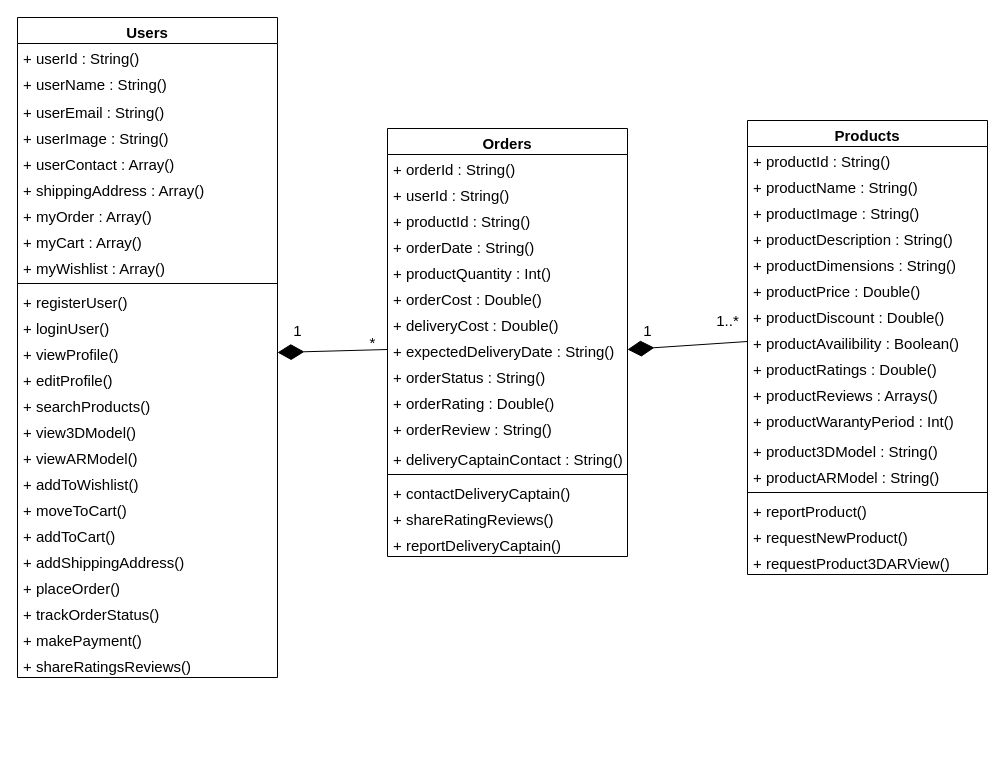
Above: classDiagram.drawio in v1kasjaiswal/UnrealFurniture (draw.io), before the change. Source tidied: cells renumbered, new cells numbered last; positions are measured from the earlier drawing's top-left corner, leaving out a move shared by most shapes. Both pictures are drawn from the tidied source at 100%, with x=0, y=0 at pixel (17, 17).
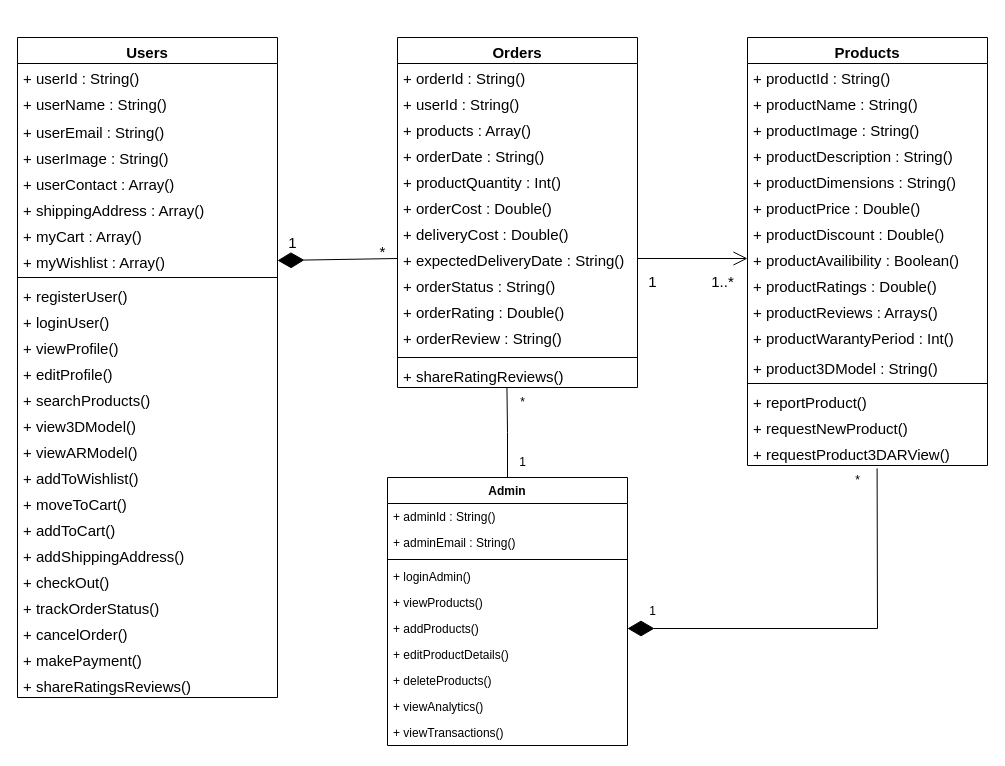
Above is the later version.

Unchanged cells that the change refers to:
```xml
<mxCell id="36" value="+ productAvailibility : Boolean()" style="text;strokeColor=none;fillColor=none;align=left;verticalAlign=top;spacingLeft=4;spacingRight=4;overflow=hidden;points=[[0,0.5],[1,0.5]];portConstraint=eastwest;whiteSpace=wrap;html=1;fontSize=15;" parent="28" vertex="1">
  <mxGeometry y="208" width="240" height="26" as="geometry" />
</mxCell>
<mxCell id="54" value="+ expectedDeliveryDate : String()" style="text;strokeColor=none;fillColor=none;align=left;verticalAlign=top;spacingLeft=4;spacingRight=4;overflow=hidden;points=[[0,0.5],[1,0.5]];portConstraint=eastwest;whiteSpace=wrap;html=1;fontSize=15;" parent="46" vertex="1">
  <mxGeometry y="208" width="240" height="26" as="geometry" />
</mxCell>
```

The edit, as a diff of the source:
```diff
@@
     <mxCell id="2" value="Users" style="swimlane;fontStyle=1;align=center;verticalAlign=top;horizontal=1;startSize=26;whiteSpace=wrap;html=1;fontSize=15;" parent="1" vertex="1">
-      <mxGeometry width="260" height="660" as="geometry" />
+      <mxGeometry y="20" width="260" height="660" as="geometry" />
     </mxCell>
@@
-    <mxCell id="9" value="+ myOrder : Array()" style="text;strokeColor=none;fillColor=none;align=left;verticalAlign=top;spacingLeft=4;spacingRight=4;overflow=hidden;whiteSpace=wrap;html=1;fontSize=15;" parent="2" vertex="1">
-      <mxGeometry y="184" width="260" height="26" as="geometry" />
-    </mxCell>
     <mxCell id="10" value="+ myCart : Array()" style="text;strokeColor=none;fillColor=none;align=left;verticalAlign=top;spacingLeft=4;spacingRight=4;overflow=hidden;whiteSpace=wrap;html=1;fontSize=15;" parent="2" vertex="1">
-      <mxGeometry y="210" width="260" height="26" as="geometry" />
+      <mxGeometry y="184" width="260" height="26" as="geometry" />
     </mxCell>
     <mxCell id="11" value="+ myWishlist : Array()" style="text;strokeColor=none;fillColor=none;align=left;verticalAlign=top;spacingLeft=4;spacingRight=4;overflow=hidden;points=[[0,0.5],[1,0.5]];portConstraint=eastwest;whiteSpace=wrap;html=1;fontSize=15;" parent="2" vertex="1">
-      <mxGeometry y="236" width="260" height="26" as="geometry" />
+      <mxGeometry y="210" width="260" height="26" as="geometry" />
     </mxCell>
     <mxCell id="12" style="line;strokeWidth=1;fillColor=none;align=left;verticalAlign=middle;spacingTop=-1;spacingLeft=3;spacingRight=3;labelPosition=right;strokeColor=inherit;fontSize=15;" parent="2" vertex="1">
-      <mxGeometry y="262" width="260" height="8" as="geometry" />
+      <mxGeometry y="236" width="260" height="8" as="geometry" />
     </mxCell>
     <mxCell id="13" value="+ registerUser()" style="text;strokeColor=none;fillColor=none;align=left;verticalAlign=top;spacingLeft=4;spacingRight=4;overflow=hidden;whiteSpace=wrap;html=1;fontSize=15;" parent="2" vertex="1">
-      <mxGeometry y="270" width="260" height="26" as="geometry" />
+      <mxGeometry y="244" width="260" height="26" as="geometry" />
     </mxCell>
     <mxCell id="14" value="+ loginUser()" style="text;strokeColor=none;fillColor=none;align=left;verticalAlign=top;spacingLeft=4;spacingRight=4;overflow=hidden;whiteSpace=wrap;html=1;fontSize=15;" parent="2" vertex="1">
-      <mxGeometry y="296" width="260" height="26" as="geometry" />
+      <mxGeometry y="270" width="260" height="26" as="geometry" />
     </mxCell>
     <mxCell id="15" value="+ viewProfile()" style="text;strokeColor=none;fillColor=none;align=left;verticalAlign=top;spacingLeft=4;spacingRight=4;overflow=hidden;points=[[0,0.5],[1,0.5]];portConstraint=eastwest;whiteSpace=wrap;html=1;fontSize=15;" parent="2" vertex="1">
-      <mxGeometry y="322" width="260" height="26" as="geometry" />
+      <mxGeometry y="296" width="260" height="26" as="geometry" />
     </mxCell>
     <mxCell id="16" value="+ editProfile()" style="text;strokeColor=none;fillColor=none;align=left;verticalAlign=top;spacingLeft=4;spacingRight=4;overflow=hidden;whiteSpace=wrap;html=1;fontSize=15;" parent="2" vertex="1">
-      <mxGeometry y="348" width="260" height="26" as="geometry" />
+      <mxGeometry y="322" width="260" height="26" as="geometry" />
     </mxCell>
     <mxCell id="17" value="+ searchProducts()" style="text;strokeColor=none;fillColor=none;align=left;verticalAlign=top;spacingLeft=4;spacingRight=4;overflow=hidden;whiteSpace=wrap;html=1;fontSize=15;" parent="2" vertex="1">
-      <mxGeometry y="374" width="260" height="26" as="geometry" />
+      <mxGeometry y="348" width="260" height="26" as="geometry" />
     </mxCell>
     <mxCell id="18" value="+ view3DModel()" style="text;strokeColor=none;fillColor=none;align=left;verticalAlign=top;spacingLeft=4;spacingRight=4;overflow=hidden;whiteSpace=wrap;html=1;fontSize=15;" parent="2" vertex="1">
-      <mxGeometry y="400" width="260" height="26" as="geometry" />
+      <mxGeometry y="374" width="260" height="26" as="geometry" />
     </mxCell>
     <mxCell id="19" value="+ viewARModel()" style="text;strokeColor=none;fillColor=none;align=left;verticalAlign=top;spacingLeft=4;spacingRight=4;overflow=hidden;whiteSpace=wrap;html=1;fontSize=15;" parent="2" vertex="1">
-      <mxGeometry y="426" width="260" height="26" as="geometry" />
+      <mxGeometry y="400" width="260" height="26" as="geometry" />
     </mxCell>
     <mxCell id="20" value="+ addToWishlist()" style="text;strokeColor=none;fillColor=none;align=left;verticalAlign=top;spacingLeft=4;spacingRight=4;overflow=hidden;whiteSpace=wrap;html=1;fontSize=15;" parent="2" vertex="1">
-      <mxGeometry y="452" width="260" height="26" as="geometry" />
+      <mxGeometry y="426" width="260" height="26" as="geometry" />
     </mxCell>
     <mxCell id="21" value="+ moveToCart()" style="text;strokeColor=none;fillColor=none;align=left;verticalAlign=top;spacingLeft=4;spacingRight=4;overflow=hidden;whiteSpace=wrap;html=1;fontSize=15;" parent="2" vertex="1">
-      <mxGeometry y="478" width="260" height="26" as="geometry" />
+      <mxGeometry y="452" width="260" height="26" as="geometry" />
     </mxCell>
     <mxCell id="22" value="+ addToCart()" style="text;strokeColor=none;fillColor=none;align=left;verticalAlign=top;spacingLeft=4;spacingRight=4;overflow=hidden;whiteSpace=wrap;html=1;fontSize=15;" parent="2" vertex="1">
-      <mxGeometry y="504" width="260" height="26" as="geometry" />
+      <mxGeometry y="478" width="260" height="26" as="geometry" />
     </mxCell>
     <mxCell id="23" value="+ addShippingAddress()" style="text;strokeColor=none;fillColor=none;align=left;verticalAlign=top;spacingLeft=4;spacingRight=4;overflow=hidden;whiteSpace=wrap;html=1;fontSize=15;" parent="2" vertex="1">
-      <mxGeometry y="530" width="260" height="26" as="geometry" />
+      <mxGeometry y="504" width="260" height="26" as="geometry" />
     </mxCell>
-    <mxCell id="24" value="+ placeOrder()" style="text;strokeColor=none;fillColor=none;align=left;verticalAlign=top;spacingLeft=4;spacingRight=4;overflow=hidden;whiteSpace=wrap;html=1;fontSize=15;" parent="2" vertex="1">
-      <mxGeometry y="556" width="260" height="26" as="geometry" />
+    <mxCell id="24" value="+ checkOut()" style="text;strokeColor=none;fillColor=none;align=left;verticalAlign=top;spacingLeft=4;spacingRight=4;overflow=hidden;whiteSpace=wrap;html=1;fontSize=15;" parent="2" vertex="1">
+      <mxGeometry y="530" width="260" height="26" as="geometry" />
     </mxCell>
     <mxCell id="25" value="+ trackOrderStatus()" style="text;strokeColor=none;fillColor=none;align=left;verticalAlign=top;spacingLeft=4;spacingRight=4;overflow=hidden;whiteSpace=wrap;html=1;fontSize=15;" parent="2" vertex="1">
-      <mxGeometry y="582" width="260" height="26" as="geometry" />
+      <mxGeometry y="556" width="260" height="26" as="geometry" />
     </mxCell>
+    <mxCell id="69" value="+ cancelOrder()" style="text;strokeColor=none;fillColor=none;align=left;verticalAlign=top;spacingLeft=4;spacingRight=4;overflow=hidden;whiteSpace=wrap;html=1;fontSize=15;" parent="2" vertex="1">
+      <mxGeometry y="582" width="260" height="26" as="geometry" />
+    </mxCell>
@@
     <mxCell id="28" value="Products" style="swimlane;fontStyle=1;align=center;verticalAlign=top;horizontal=1;startSize=26;whiteSpace=wrap;html=1;fontSize=15;" parent="1" vertex="1">
-      <mxGeometry x="730" y="103" width="240" height="454" as="geometry" />
+      <mxGeometry x="730" y="20" width="240" height="428" as="geometry" />
     </mxCell>
@@
-    <mxCell id="41" value="+ productARModel : String()" style="text;strokeColor=none;fillColor=none;align=left;verticalAlign=top;spacingLeft=4;spacingRight=4;overflow=hidden;whiteSpace=wrap;html=1;fontSize=15;" parent="28" vertex="1">
-      <mxGeometry y="342" width="240" height="26" as="geometry" />
-    </mxCell>
     <mxCell id="42" style="line;strokeWidth=1;fillColor=none;align=left;verticalAlign=middle;spacingTop=-1;spacingLeft=3;spacingRight=3;labelPosition=right;strokeColor=inherit;fontSize=15;" parent="28" vertex="1">
-      <mxGeometry y="368" width="240" height="8" as="geometry" />
+      <mxGeometry y="342" width="240" height="8" as="geometry" />
     </mxCell>
     <mxCell id="43" value="+ reportProduct()" style="text;strokeColor=none;fillColor=none;align=left;verticalAlign=top;spacingLeft=4;spacingRight=4;overflow=hidden;whiteSpace=wrap;html=1;fontSize=15;" parent="28" vertex="1">
-      <mxGeometry y="376" width="240" height="26" as="geometry" />
+      <mxGeometry y="350" width="240" height="26" as="geometry" />
     </mxCell>
     <mxCell id="44" value="+ requestNewProduct()" style="text;strokeColor=none;fillColor=none;align=left;verticalAlign=top;spacingLeft=4;spacingRight=4;overflow=hidden;whiteSpace=wrap;html=1;fontSize=15;" parent="28" vertex="1">
-      <mxGeometry y="402" width="240" height="26" as="geometry" />
+      <mxGeometry y="376" width="240" height="26" as="geometry" />
     </mxCell>
     <mxCell id="45" value="+ requestProduct3DARView()" style="text;strokeColor=none;fillColor=none;align=left;verticalAlign=top;spacingLeft=4;spacingRight=4;overflow=hidden;points=[[0,0.5],[1,0.5]];portConstraint=eastwest;whiteSpace=wrap;html=1;fontSize=15;" parent="28" vertex="1">
-      <mxGeometry y="428" width="240" height="26" as="geometry" />
+      <mxGeometry y="402" width="240" height="26" as="geometry" />
     </mxCell>
     <mxCell id="46" value="Orders" style="swimlane;fontStyle=1;align=center;verticalAlign=top;horizontal=1;startSize=26;whiteSpace=wrap;html=1;fontSize=15;" parent="1" vertex="1">
-      <mxGeometry x="370" y="111" width="240" height="428" as="geometry" />
+      <mxGeometry x="380" y="20" width="240" height="350" as="geometry" />
     </mxCell>
@@
-    <mxCell id="49" value="+ productId : String()" style="text;strokeColor=none;fillColor=none;align=left;verticalAlign=top;spacingLeft=4;spacingRight=4;overflow=hidden;whiteSpace=wrap;html=1;fontSize=15;" parent="46" vertex="1">
+    <mxCell id="49" value="+ products : Array()" style="text;strokeColor=none;fillColor=none;align=left;verticalAlign=top;spacingLeft=4;spacingRight=4;overflow=hidden;whiteSpace=wrap;html=1;fontSize=15;" parent="46" vertex="1">
       <mxGeometry y="78" width="240" height="26" as="geometry" />
     </mxCell>
@@
-    <mxCell id="58" value="+ deliveryCaptainContact : String()" style="text;strokeColor=none;fillColor=none;align=left;verticalAlign=top;spacingLeft=4;spacingRight=4;overflow=hidden;whiteSpace=wrap;html=1;fontSize=15;" parent="46" vertex="1">
-      <mxGeometry y="316" width="240" height="26" as="geometry" />
-    </mxCell>
     <mxCell id="59" style="line;strokeWidth=1;fillColor=none;align=left;verticalAlign=middle;spacingTop=-1;spacingLeft=3;spacingRight=3;labelPosition=right;strokeColor=inherit;fontSize=15;" parent="46" vertex="1">
-      <mxGeometry y="342" width="240" height="8" as="geometry" />
+      <mxGeometry y="316" width="240" height="8" as="geometry" />
     </mxCell>
-    <mxCell id="60" value="+ contactDeliveryCaptain()" style="text;strokeColor=none;fillColor=none;align=left;verticalAlign=top;spacingLeft=4;spacingRight=4;overflow=hidden;whiteSpace=wrap;html=1;fontSize=15;" parent="46" vertex="1">
-      <mxGeometry y="350" width="240" height="26" as="geometry" />
-    </mxCell>
     <mxCell id="61" value="+ shareRatingReviews()" style="text;strokeColor=none;fillColor=none;align=left;verticalAlign=top;spacingLeft=4;spacingRight=4;overflow=hidden;points=[[0,0.5],[1,0.5]];portConstraint=eastwest;whiteSpace=wrap;html=1;fontSize=15;" parent="46" vertex="1">
-      <mxGeometry y="376" width="240" height="26" as="geometry" />
+      <mxGeometry y="324" width="240" height="26" as="geometry" />
     </mxCell>
-    <mxCell id="62" value="+ reportDeliveryCaptain()" style="text;strokeColor=none;fillColor=none;align=left;verticalAlign=top;spacingLeft=4;spacingRight=4;overflow=hidden;whiteSpace=wrap;html=1;fontSize=15;" parent="46" vertex="1">
-      <mxGeometry y="402" width="240" height="26" as="geometry" />
-    </mxCell>
-    <mxCell id="63" style="endArrow=diamondThin;endFill=1;endSize=24;html=1;rounded=0;entryX=1;entryY=0.5;entryDx=0;entryDy=0;exitX=0;exitY=0.5;exitDx=0;exitDy=0;" parent="1" edge="1" source="54" target="15">
+    <mxCell id="63" style="endArrow=diamondThin;endFill=1;endSize=24;html=1;rounded=0;entryX=1;entryY=0.5;entryDx=0;entryDy=0;exitX=0;exitY=0.5;exitDx=0;exitDy=0;" parent="1" edge="1" source="54" target="11">
       <mxGeometry relative="1" as="geometry" />
     </mxCell>
     <mxCell id="64" value="&lt;font style=&quot;font-size: 15px;&quot;&gt;1&lt;/font&gt;" style="text;html=1;align=center;verticalAlign=middle;strokeColor=none;fillColor=none;" parent="1" vertex="1">
-      <mxGeometry x="265" y="298" width="30" height="30" as="geometry" />
+      <mxGeometry x="260" y="210" width="30" height="30" as="geometry" />
     </mxCell>
     <mxCell id="65" value="&lt;font style=&quot;font-size: 15px;&quot;&gt;*&lt;/font&gt;" style="text;html=1;align=center;verticalAlign=middle;strokeColor=none;fillColor=none;" parent="1" vertex="1">
-      <mxGeometry x="340" y="310" width="30" height="30" as="geometry" />
+      <mxGeometry x="350" y="219" width="30" height="30" as="geometry" />
     </mxCell>
-    <mxCell id="66" style="endArrow=diamondThin;endFill=1;endSize=24;html=1;rounded=0;entryX=1;entryY=0.5;entryDx=0;entryDy=0;exitX=0;exitY=0.5;exitDx=0;exitDy=0;" parent="1" edge="1" source="36" target="54">
-      <mxGeometry relative="1" as="geometry" />
-    </mxCell>
     <mxCell id="67" value="&lt;font style=&quot;font-size: 15px;&quot;&gt;1&lt;/font&gt;" style="text;html=1;align=center;verticalAlign=middle;strokeColor=none;fillColor=none;" parent="1" vertex="1">
-      <mxGeometry x="615" y="298" width="30" height="30" as="geometry" />
+      <mxGeometry x="620" y="249" width="30" height="30" as="geometry" />
     </mxCell>
     <mxCell id="68" value="&lt;font style=&quot;font-size: 15px;&quot;&gt;1..*&lt;/font&gt;" style="text;html=1;align=center;verticalAlign=middle;strokeColor=none;fillColor=none;" parent="1" vertex="1">
-      <mxGeometry x="685" y="288" width="50" height="30" as="geometry" />
+      <mxGeometry x="680" y="249" width="50" height="30" as="geometry" />
     </mxCell>
+    <mxCell id="70" style="endArrow=open;endFill=1;endSize=12;html=1;rounded=0;entryX=0;entryY=0.5;entryDx=0;entryDy=0;exitX=1;exitY=0.5;exitDx=0;exitDy=0;" parent="1" edge="1" source="54" target="36">
+      <mxGeometry relative="1" as="geometry" />
+    </mxCell>
+    <mxCell id="71" value="Admin" style="swimlane;fontStyle=1;align=center;verticalAlign=top;horizontal=1;startSize=26;whiteSpace=wrap;html=1;" parent="1" vertex="1">
+      <mxGeometry x="370" y="460" width="240" height="268" as="geometry" />
+    </mxCell>
+    <mxCell id="72" value="+ adminId : String()" style="text;strokeColor=none;fillColor=none;align=left;verticalAlign=top;spacingLeft=4;spacingRight=4;overflow=hidden;whiteSpace=wrap;html=1;" parent="71" vertex="1">
+      <mxGeometry y="26" width="240" height="26" as="geometry" />
+    </mxCell>
+    <mxCell id="73" value="+ adminEmail : String()" style="text;strokeColor=none;fillColor=none;align=left;verticalAlign=top;spacingLeft=4;spacingRight=4;overflow=hidden;whiteSpace=wrap;html=1;" parent="71" vertex="1">
+      <mxGeometry y="52" width="240" height="26" as="geometry" />
+    </mxCell>
+    <mxCell id="74" style="line;strokeWidth=1;fillColor=none;align=left;verticalAlign=middle;spacingTop=-1;spacingLeft=3;spacingRight=3;labelPosition=right;strokeColor=inherit;" parent="71" vertex="1">
+      <mxGeometry y="78" width="240" height="8" as="geometry" />
+    </mxCell>
+    <mxCell id="75" value="+ loginAdmin()" style="text;strokeColor=none;fillColor=none;align=left;verticalAlign=top;spacingLeft=4;spacingRight=4;overflow=hidden;whiteSpace=wrap;html=1;" parent="71" vertex="1">
+      <mxGeometry y="86" width="240" height="26" as="geometry" />
+    </mxCell>
+    <mxCell id="76" value="+ viewProducts()" style="text;strokeColor=none;fillColor=none;align=left;verticalAlign=top;spacingLeft=4;spacingRight=4;overflow=hidden;whiteSpace=wrap;html=1;" parent="71" vertex="1">
+      <mxGeometry y="112" width="240" height="26" as="geometry" />
+    </mxCell>
+    <mxCell id="77" value="+ addProducts()" style="text;strokeColor=none;fillColor=none;align=left;verticalAlign=top;spacingLeft=4;spacingRight=4;overflow=hidden;points=[[0,0.5],[1,0.5]];portConstraint=eastwest;whiteSpace=wrap;html=1;" parent="71" vertex="1">
+      <mxGeometry y="138" width="240" height="26" as="geometry" />
+    </mxCell>
+    <mxCell id="78" value="+ editProductDetails()" style="text;strokeColor=none;fillColor=none;align=left;verticalAlign=top;spacingLeft=4;spacingRight=4;overflow=hidden;whiteSpace=wrap;html=1;" parent="71" vertex="1">
+      <mxGeometry y="164" width="240" height="26" as="geometry" />
+    </mxCell>
+    <mxCell id="79" value="+ deleteProducts()" style="text;strokeColor=none;fillColor=none;align=left;verticalAlign=top;spacingLeft=4;spacingRight=4;overflow=hidden;whiteSpace=wrap;html=1;" parent="71" vertex="1">
+      <mxGeometry y="190" width="240" height="26" as="geometry" />
+    </mxCell>
+    <mxCell id="80" value="+ viewAnalytics()" style="text;strokeColor=none;fillColor=none;align=left;verticalAlign=top;spacingLeft=4;spacingRight=4;overflow=hidden;whiteSpace=wrap;html=1;" parent="71" vertex="1">
+      <mxGeometry y="216" width="240" height="26" as="geometry" />
+    </mxCell>
+    <mxCell id="81" value="+ viewTransactions()" style="text;strokeColor=none;fillColor=none;align=left;verticalAlign=top;spacingLeft=4;spacingRight=4;overflow=hidden;whiteSpace=wrap;html=1;" parent="71" vertex="1">
+      <mxGeometry y="242" width="240" height="26" as="geometry" />
+    </mxCell>
+    <mxCell id="82" style="endArrow=diamondThin;endFill=1;endSize=24;html=1;rounded=0;entryX=1;entryY=0.5;entryDx=0;entryDy=0;exitX=0.54;exitY=1.11;exitDx=0;exitDy=0;exitPerimeter=0;" parent="1" edge="1" source="45" target="77">
+      <mxGeometry relative="1" as="geometry">
+        <Array as="points">
+          <mxPoint x="860" y="611" />
+        </Array>
+      </mxGeometry>
+    </mxCell>
+    <mxCell id="83" value="1" style="text;html=1;align=center;verticalAlign=middle;strokeColor=none;fillColor=none;" parent="1" vertex="1">
+      <mxGeometry x="620" y="579" width="30" height="30" as="geometry" />
+    </mxCell>
+    <mxCell id="84" value="*" style="text;html=1;align=center;verticalAlign=middle;strokeColor=none;fillColor=none;" parent="1" vertex="1">
+      <mxGeometry x="825" y="448" width="30" height="30" as="geometry" />
+    </mxCell>
+    <mxCell id="85" style="endArrow=none;html=1;edgeStyle=orthogonalEdgeStyle;rounded=0;entryX=0.456;entryY=1.006;entryDx=0;entryDy=0;entryPerimeter=0;exitX=0.5;exitY=0;exitDx=0;exitDy=0;" parent="1" edge="1" source="71" target="61">
+      <mxGeometry relative="1" as="geometry" />
+    </mxCell>
+    <mxCell id="86" value="1" style="text;html=1;align=center;verticalAlign=middle;strokeColor=none;fillColor=none;" parent="1" vertex="1">
+      <mxGeometry x="490" y="430" width="30" height="30" as="geometry" />
+    </mxCell>
+    <mxCell id="87" value="*" style="text;html=1;align=center;verticalAlign=middle;strokeColor=none;fillColor=none;" parent="1" vertex="1">
+      <mxGeometry x="490" y="370" width="30" height="30" as="geometry" />
+    </mxCell>
```
